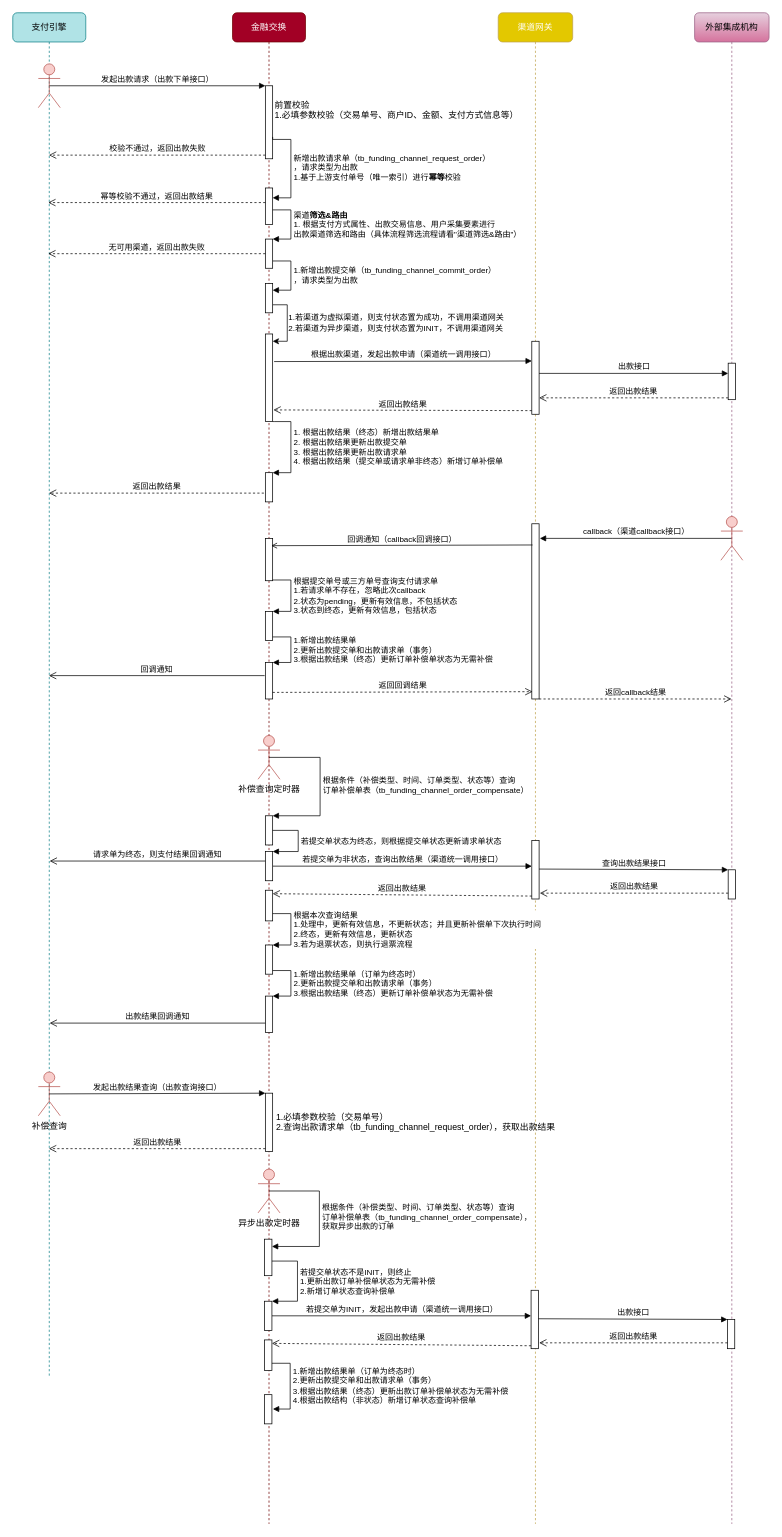
Above: page "出款流程" (4 of 7) of 渠道时序图v2.drawio in CatFei666/drawio_gallery (draw.io), before the change. Source tidied: cells renumbered, new cells numbered last; positions are measured from the earlier drawing's top-left corner, leaving out a move shared by most shapes. Both pictures are drawn from the tidied source at 73%, with x=0, y=0 at pixel (12, 12).
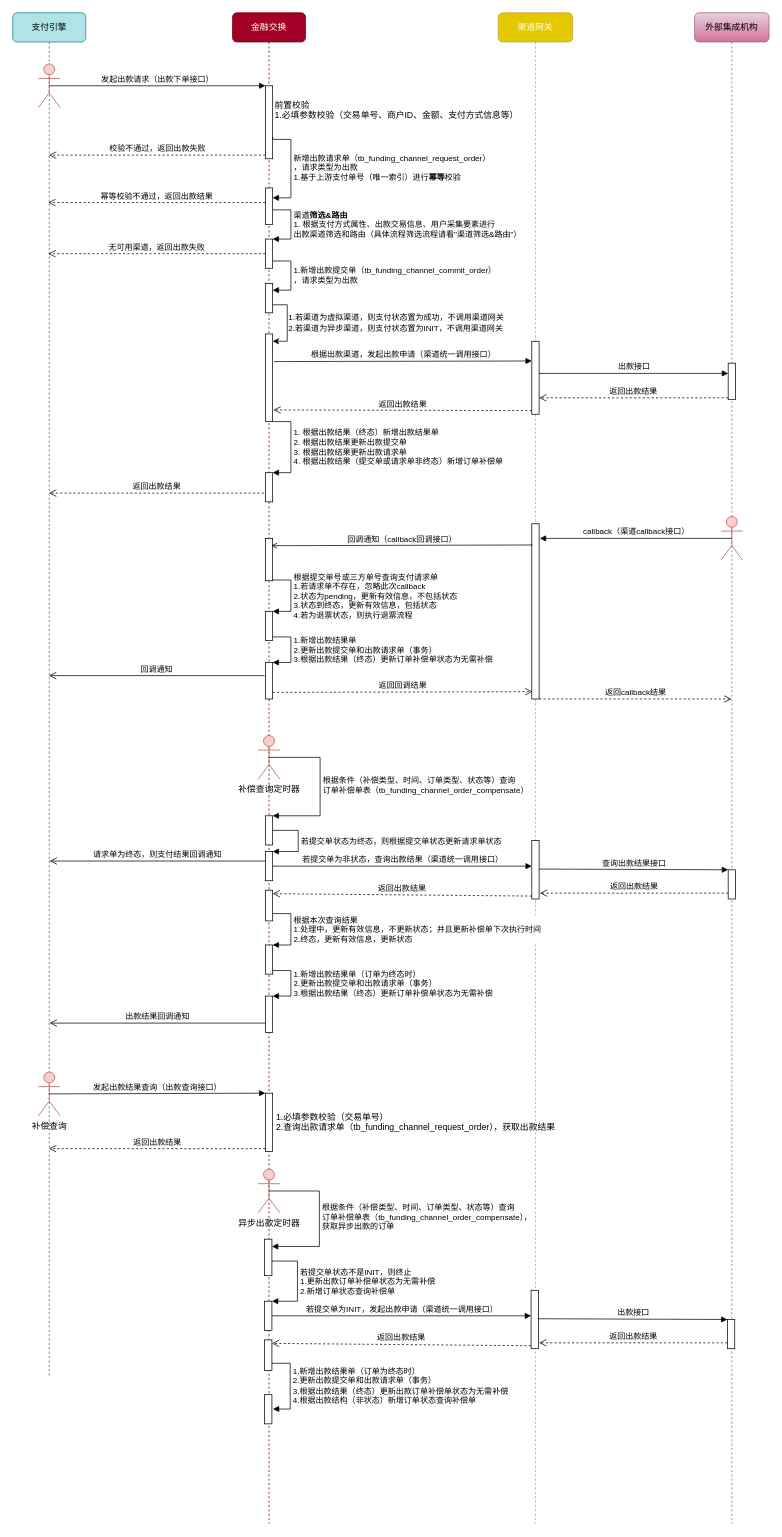
Above is the later version.

Unchanged cells that the change refers to:
```xml
<mxCell id="2" value="金融交换" style="shape=umlLifeline;perimeter=lifelinePerimeter;whiteSpace=wrap;html=1;rounded=1;shadow=0;glass=0;comic=0;sketch=0;strokeWidth=1;fontFamily=Verdana;fillColor=#a20025;strokeColor=#6F0000;fontColor=#ffffff;" parent="1" vertex="1">
  <mxGeometry x="301" width="100" height="2070" as="geometry" />
</mxCell>
<mxCell id="12" style="html=1;points=[];perimeter=orthogonalPerimeter;" parent="2" vertex="1">
  <mxGeometry x="45" y="820" width="10" height="40" as="geometry" />
</mxCell>
<mxCell id="47" style="html=1;points=[];perimeter=orthogonalPerimeter;" parent="1" vertex="1">
  <mxGeometry x="346" y="1277" width="10" height="40" as="geometry" />
</mxCell>
```

Diff of the diagram source:
```diff
@@
-    <mxCell id="13" value="根据提交单号或三方单号查询支付请求单&lt;br&gt;1.若请求单不存在，忽略此次callback&lt;br&gt;2.状态为pending，更新有效信息，不包括状态&lt;br&gt;3.状态到终态，更新有效信息，包括状态" style="edgeStyle=orthogonalEdgeStyle;html=1;align=left;spacingLeft=2;endArrow=block;rounded=0;entryX=1;entryY=0;" parent="2" edge="1" target="12">
+    <mxCell id="13" value="根据提交单号或三方单号查询支付请求单&lt;br&gt;1.若请求单不存在，忽略此次callback&lt;br&gt;2.状态为pending，更新有效信息，不包括状态&lt;br&gt;3.状态到终态，更新有效信息，包括状态&lt;br&gt;4.若为退票状态，则执行退票流程" style="edgeStyle=orthogonalEdgeStyle;html=1;align=left;spacingLeft=2;endArrow=block;rounded=0;entryX=1;entryY=0;" parent="2" edge="1" target="12">
       <mxGeometry relative="1" as="geometry">
         <mxPoint x="55" y="777" as="sourcePoint" />
         <Array as="points">
           <mxPoint x="57" y="777" />
           <mxPoint x="80" y="777" />
           <mxPoint x="80" y="805" />
         </Array>
       </mxGeometry>
     </mxCell>
@@
-    <mxCell id="48" value="根据本次查询结果&lt;br&gt;1.处理中，更新有效信息，不更新状态；并且更新补偿单下次执行时间&lt;br&gt;2.终态，更新有效信息，更新状态&lt;br&gt;3.若为退票状态，则执行退票流程" style="edgeStyle=orthogonalEdgeStyle;html=1;align=left;spacingLeft=2;endArrow=block;rounded=0;entryX=1;entryY=0;" parent="1" edge="1" target="47">
+    <mxCell id="48" value="根据本次查询结果&lt;br&gt;1.处理中，更新有效信息，不更新状态；并且更新补偿单下次执行时间&lt;br&gt;2.终态，更新有效信息，更新状态" style="edgeStyle=orthogonalEdgeStyle;html=1;align=left;spacingLeft=2;endArrow=block;rounded=0;entryX=1;entryY=0;" parent="1" edge="1" target="47">
       <mxGeometry relative="1" as="geometry">
         <mxPoint x="356" y="1234" as="sourcePoint" />
         <Array as="points">
           <mxPoint x="358" y="1234" />
           <mxPoint x="381" y="1234" />
           <mxPoint x="381" y="1262" />
         </Array>
       </mxGeometry>
     </mxCell>
```
